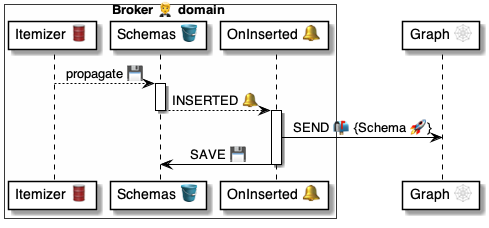
Above: 4 ⚙️ Solution/20 🧑‍🦰 UI/Brokers 🤵/🤵🪣 Broker tables/Schemas 🧩 table/🪣🧱 Inserted 🔔 event/🤵 OnSchemaInserted ⚙️ uml.png in pollyweb-org/pollyweb-docs (PlantUML), before the change. Its source is kept beside it as 4 ⚙️ Solution/20 🧑‍🦰 UI/Brokers 🤵/🤵🪣 Broker tables/Schemas 🧩 table/🪣🧱 Inserted 🔔 event/🤵 OnSchemaInserted ⚙️ uml.puml. Source of this version:
```plantuml
@startuml OnDomainInserted

box Broker 🤵 domain #FFFFFA
    participant "Itemizer 🛢" as itemizer
    participant "Schemas 🪣" as table
    participant "OnInserted 🔔" as handler
end box
participant "Graph 🕸" as graph


itemizer --> table: propagate 💾

activate table
    table --> handler: INSERTED 🔔
deactivate table

activate handler
    handler -> graph: SEND 📬 {Schema 🚀}
    handler -> table: SAVE 💾
deactivate handler

@enduml
```
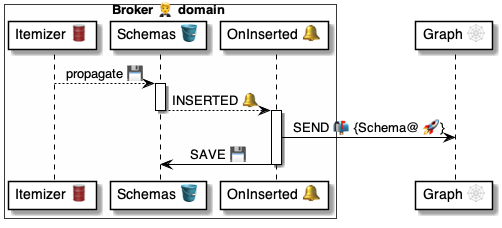
The same file after the commit.

The edit, as a diff of the source:
```diff
@@ -15,7 +15,7 @@
 deactivate table
 
 activate handler
-    handler -> graph: SEND 📬 {Schema 🚀}
+    handler -> graph: SEND 📬 {Schema@ 🚀}
     handler -> table: SAVE 💾
 deactivate handler
 
```
